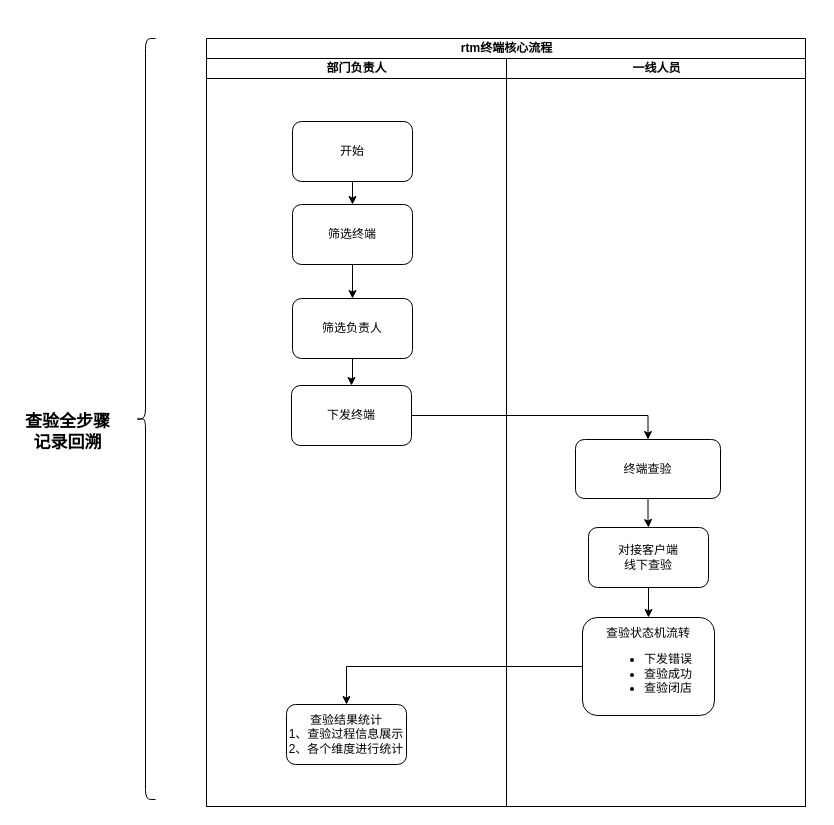
The draw.io diagram rtm核心查验流程.drawio in MRDJDU/draw, before the edit. Source tidied: cells renumbered, new cells numbered last; positions are measured from the earlier drawing's top-left corner, leaving out a move shared by most shapes. Both pictures are drawn from the tidied source at 100%, with x=0, y=0 at pixel (17, 38).
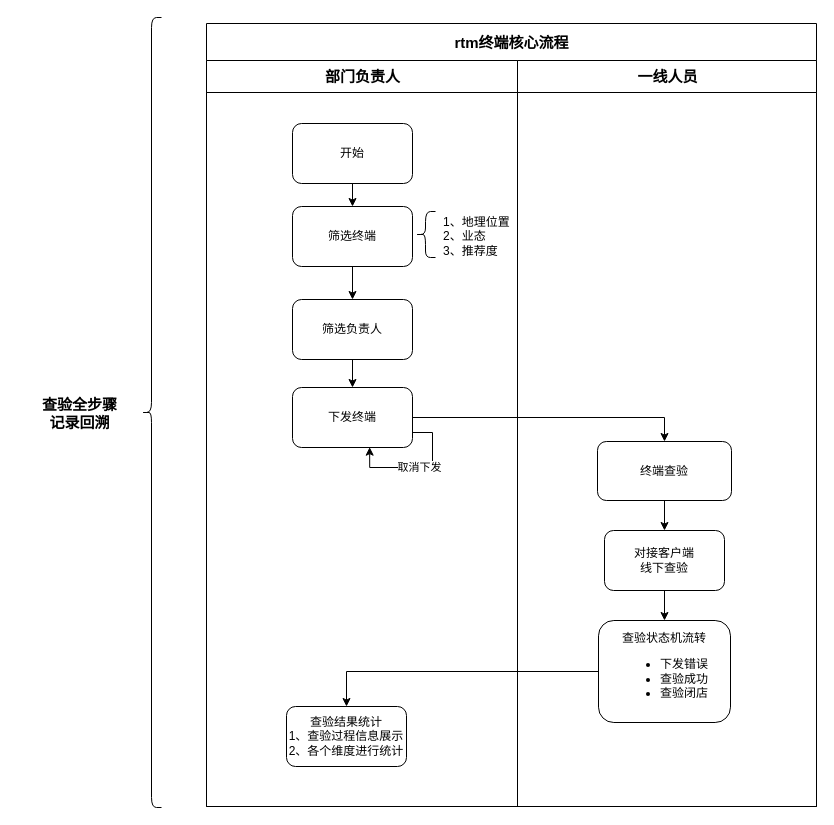
The same diagram, later.

Commit message:
更新rtm核心查验流程.drawio

Change to the diagram source:
```diff
@@
-    <mxCell id="2" value="rtm终端核心流程" style="swimlane;startSize=20;html=1;" parent="1" vertex="1">
-      <mxGeometry x="189" width="599" height="768" as="geometry" />
+    <mxCell id="2" value="&lt;font style=&quot;font-size: 15px;&quot;&gt;rtm终端核心流程&lt;/font&gt;" style="swimlane;startSize=37;html=1;" parent="1" vertex="1">
+      <mxGeometry x="189" y="-15" width="610" height="783" as="geometry" />
     </mxCell>
+    <mxCell id="12" style="edgeStyle=orthogonalEdgeStyle;rounded=0;jettySize=auto;html=1;entryX=0.5;entryY=0;entryDx=0;entryDy=0;" parent="2" edge="1" source="11" target="15">
+      <mxGeometry relative="1" as="geometry" />
+    </mxCell>
-    <mxCell id="3" value="部门负责人" style="swimlane;startSize=20;html=1;" parent="2" vertex="1">
-      <mxGeometry y="20" width="300" height="748" as="geometry" />
+    <mxCell id="3" value="&lt;font style=&quot;font-size: 15px;&quot;&gt;部门负责人&lt;/font&gt;" style="swimlane;startSize=32;html=1;" parent="2" vertex="1">
+      <mxGeometry y="37" width="311" height="746" as="geometry" />
     </mxCell>
@@
     <mxCell id="10" value="筛选负责人" style="whiteSpace=wrap;html=1;rounded=1;" parent="3" vertex="1">
-      <mxGeometry x="86" y="240" width="120" height="60" as="geometry" />
+      <mxGeometry x="86" y="239" width="120" height="60" as="geometry" />
     </mxCell>
     <mxCell id="11" value="下发终端" style="whiteSpace=wrap;html=1;rounded=1;" parent="3" vertex="1">
-      <mxGeometry x="85" y="327" width="120" height="60" as="geometry" />
+      <mxGeometry x="86" y="327" width="120" height="60" as="geometry" />
     </mxCell>
-    <mxCell id="12" style="edgeStyle=orthogonalEdgeStyle;rounded=0;jettySize=auto;html=1;entryX=0.5;entryY=0;entryDx=0;entryDy=0;" parent="2" edge="1" source="11" target="15">
-      <mxGeometry relative="1" as="geometry" />
-    </mxCell>
+    <mxCell id="22" style="edgeStyle=orthogonalEdgeStyle;rounded=0;orthogonalLoop=1;jettySize=auto;html=1;exitX=1;exitY=0.75;exitDx=0;exitDy=0;entryX=0.643;entryY=0.995;entryDx=0;entryDy=0;entryPerimeter=0;" parent="3" edge="1" source="11" target="11">
+      <mxGeometry relative="1" as="geometry" />
+    </mxCell>
+    <mxCell id="23" value="取消下发" style="edgeLabel;html=1;align=center;verticalAlign=middle;" parent="22" vertex="1">
+      <mxGeometry y="-1" relative="1" as="geometry" />
+    </mxCell>
+    <mxCell id="24" style="shape=curlyBracket;whiteSpace=wrap;html=1;rounded=1;labelPosition=left;verticalLabelPosition=middle;align=right;verticalAlign=middle;" parent="3" vertex="1">
+      <mxGeometry x="209" y="151" width="20" height="46" as="geometry" />
+    </mxCell>
+    <mxCell id="25" value="1、地理位置&lt;div&gt;2、业态&lt;/div&gt;&lt;div&gt;3、推荐度&lt;/div&gt;" style="text;html=1;align=left;verticalAlign=middle;whiteSpace=wrap;rounded=0;" parent="3" vertex="1">
+      <mxGeometry x="235" y="161" width="85" height="30" as="geometry" />
+    </mxCell>
-    <mxCell id="13" value="一线人员" style="swimlane;startSize=20;html=1;" parent="2" vertex="1">
-      <mxGeometry x="300" y="20" width="299" height="748" as="geometry" />
+    <mxCell id="13" value="&lt;font style=&quot;font-size: 15px;&quot;&gt;一线人员&lt;/font&gt;" style="swimlane;startSize=32;html=1;" parent="2" vertex="1">
+      <mxGeometry x="311" y="37" width="299" height="746" as="geometry" />
     </mxCell>
@@
     <mxCell id="15" value="终端查验" style="rounded=1;whiteSpace=wrap;html=1;" parent="13" vertex="1">
-      <mxGeometry x="69" y="381" width="145" height="59" as="geometry" />
+      <mxGeometry x="80" y="381" width="134" height="59" as="geometry" />
     </mxCell>
@@
     <mxCell id="17" value="对接客户端&lt;div&gt;线下查验&lt;/div&gt;" style="whiteSpace=wrap;html=1;rounded=1;" parent="13" vertex="1">
-      <mxGeometry x="82" y="469" width="120" height="60" as="geometry" />
+      <mxGeometry x="87" y="470" width="120" height="60" as="geometry" />
     </mxCell>
     <mxCell id="18" value="查验状态机流转&lt;div&gt;&lt;ul&gt;&lt;li&gt;下发错误&lt;/li&gt;&lt;li&gt;查验成功&lt;/li&gt;&lt;li&gt;查验闭店&lt;/li&gt;&lt;/ul&gt;&lt;/div&gt;" style="whiteSpace=wrap;html=1;rounded=1;" parent="13" vertex="1">
-      <mxGeometry x="76" y="559" width="132" height="98" as="geometry" />
+      <mxGeometry x="81" y="560" width="132" height="102" as="geometry" />
     </mxCell>
@@
     <mxCell id="20" style="shape=curlyBracket;whiteSpace=wrap;html=1;rounded=1;labelPosition=left;verticalLabelPosition=middle;align=right;verticalAlign=middle;" parent="1" vertex="1">
-      <mxGeometry x="118" width="20" height="761" as="geometry" />
+      <mxGeometry x="124" y="-21" width="20" height="790" as="geometry" />
     </mxCell>
-    <mxCell id="21" value="&lt;b&gt;&lt;font style=&quot;font-size: 17px;&quot;&gt;查验全步骤记录回溯&lt;/font&gt;&lt;/b&gt;" style="text;html=1;align=center;verticalAlign=middle;whiteSpace=wrap;rounded=0;" parent="1" vertex="1">
-      <mxGeometry y="366" width="101" height="56" as="geometry" />
+    <mxCell id="21" value="&lt;b&gt;&lt;font style=&quot;font-size: 15px;&quot;&gt;查验全步骤记录回溯&lt;/font&gt;&lt;/b&gt;" style="text;html=1;align=center;verticalAlign=middle;whiteSpace=wrap;rounded=0;" parent="1" vertex="1">
+      <mxGeometry x="19" y="347" width="87" height="56" as="geometry" />
     </mxCell>
```
